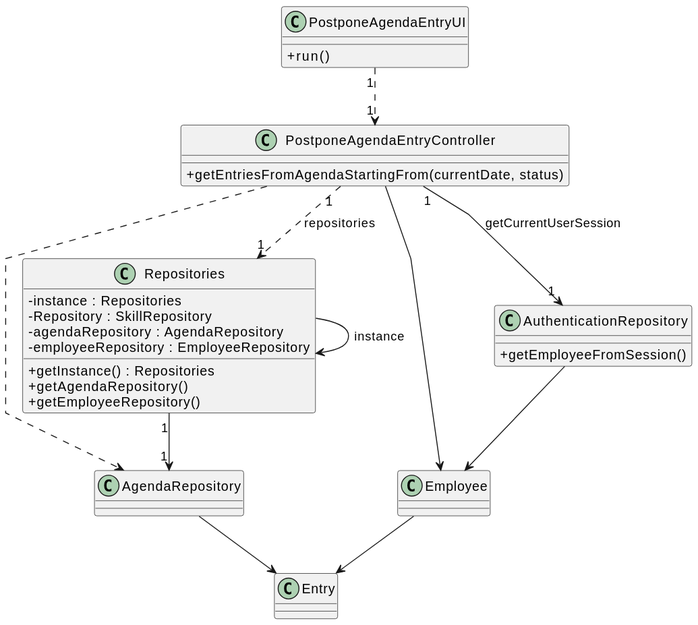
Paulo-Pereira-at-ISEP/lei-24-s2-1nanb-g321 keeps this PlantUML diagram as docs/sprintC/us25/03.design/svg/us25-class-diagram.svg. Above is the earlier version.
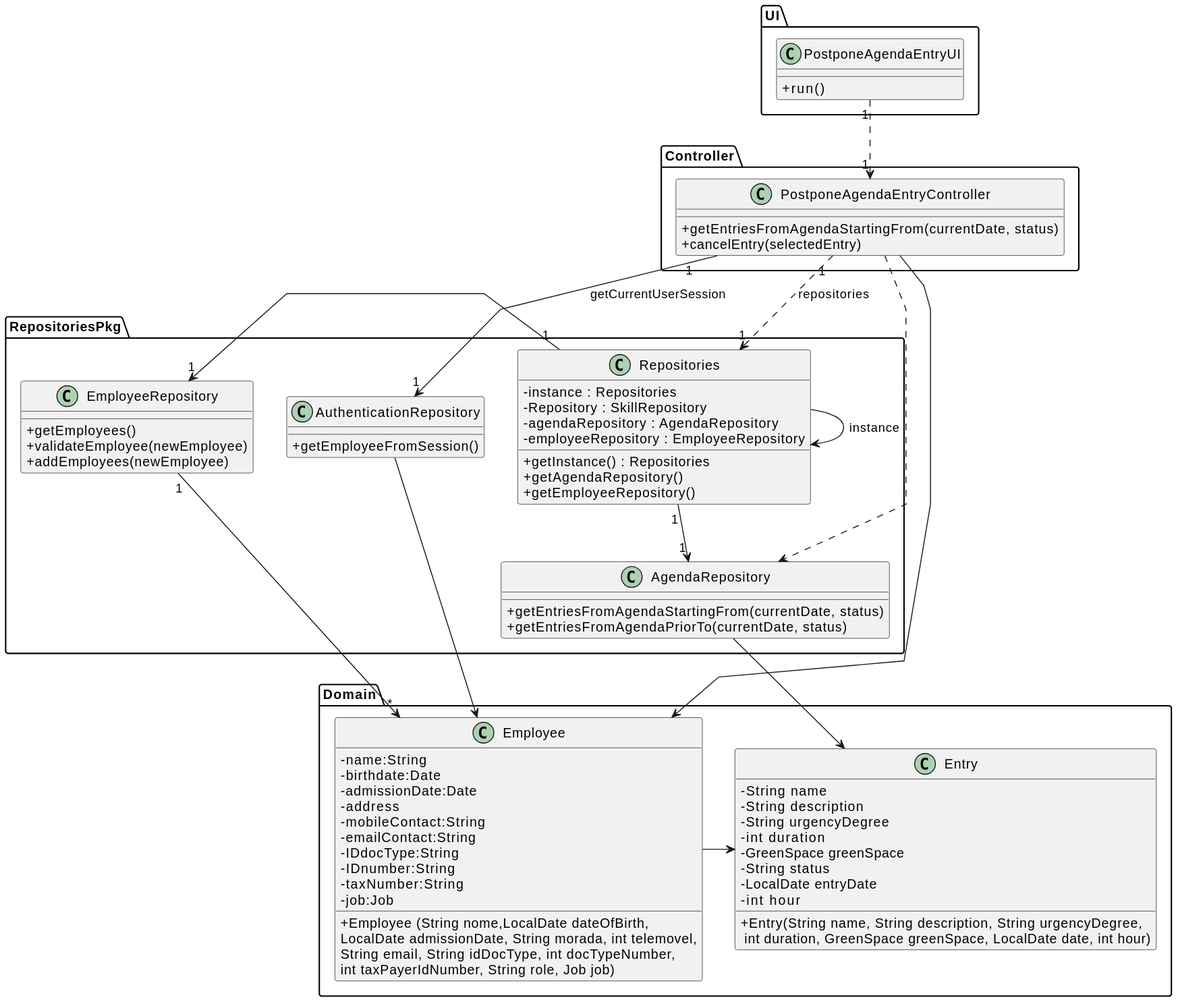
Later version of the same file.

Change to the diagram source:
```diff
@@ -5,45 +5,78 @@
 
 skinparam classAttributeIconSize 0
 
+Package Controller <<Folder>>{
+    class PostponeAgendaEntryController {
+        + getEntriesFromAgendaStartingFrom(currentDate, status)
+        + cancelEntry(selectedEntry)
+    }
+}
 
-class PostponeAgendaEntryController {
-    +getEntriesFromAgendaStartingFrom(currentDate, status)
+Package UI <<Folder>>{
+    class PostponeAgendaEntryUI {
+        +run()
+    }
+}
+
+Package RepositoriesPkg <<Folder>>{
+    class Repositories{
+        - instance : Repositories
+        - Repository : SkillRepository
+        - agendaRepository : AgendaRepository
+        - employeeRepository : EmployeeRepository
+
+        + getInstance() : Repositories
+        + getAgendaRepository()
+        + getEmployeeRepository()
+    }
+
+    class EmployeeRepository {
+
+            + getEmployees()
+            + validateEmployee(newEmployee)
+            + addEmployees(newEmployee)
+        }
+
+    class AgendaRepository{
+        + getEntriesFromAgendaStartingFrom(currentDate, status)
+        + getEntriesFromAgendaPriorTo(currentDate, status)
+    }
+
+    class AuthenticationRepository{
+        + getEmployeeFromSession()
+    }
 }
 
 
-class PostponeAgendaEntryUI {
-    +run()
-}
+Package Domain <<Folder>>{
+    class Entry {
+        - String name
+        - String description
+        - String urgencyDegree
+        - int duration
+        - GreenSpace greenSpace
+        - String status
+        - LocalDate entryDate
+        - int hour
+        + Entry(String name, String description, String urgencyDegree,\n int duration, GreenSpace greenSpace, LocalDate date, int hour)
+    }
 
 
-class Repositories{
-    - instance : Repositories
-    - Repository : SkillRepository
-    - agendaRepository : AgendaRepository
-    - employeeRepository : EmployeeRepository
+    class Employee {
+        -name:String
+        -birthdate:Date
+        -admissionDate:Date
+        -address
+        -mobileContact:String
+        -emailContact:String
+        -IDdocType:String
+        -IDnumber:String
+        -taxNumber:String
+        -job:Job
 
-    + getInstance() : Repositories
-    + getAgendaRepository()
-    + getEmployeeRepository()
+        +Employee (String nome,LocalDate dateOfBirth,\nLocalDate admissionDate, String morada, int telemovel,\nString email, String idDocType, int docTypeNumber,\nint taxPayerIdNumber, String role, Job job)
+    }
 }
-
-class AgendaRepository{
-
-}
-
-class AuthenticationRepository{
-    + getEmployeeFromSession()
-}
-
-class Entry {
-
-}
-
-
-class Employee {
-
-}
-
 
 PostponeAgendaEntryUI "1" ..> "1" PostponeAgendaEntryController
 
@@ -52,7 +85,9 @@
 
 Repositories -> Repositories : instance
 Repositories "1" --> "1" AgendaRepository
+Repositories "1" -> "1" EmployeeRepository
 
+EmployeeRepository "1" -> "*" Employee
 AgendaRepository --> Entry
 
 
```
